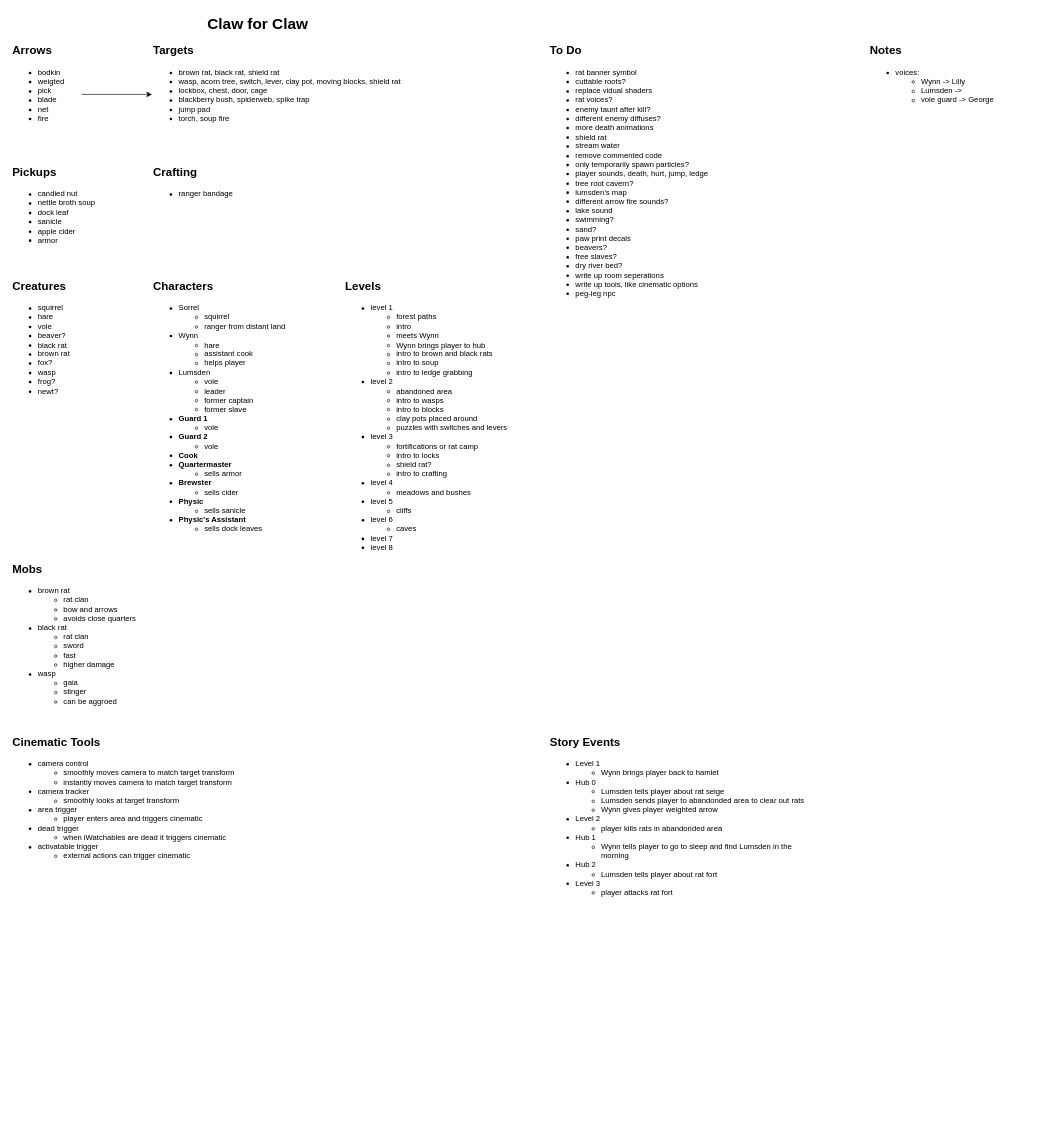
Before: Planning/design-doc.drawio in camerondedore/Godot-Project-3, a draw.io diagram. Source tidied: cells renumbered, new cells numbered last; positions are measured from the earlier drawing's top-left corner, leaving out a move shared by most shapes. Both pictures are drawn from the tidied source at 64%, with x=0, y=0 at pixel (11, 11).
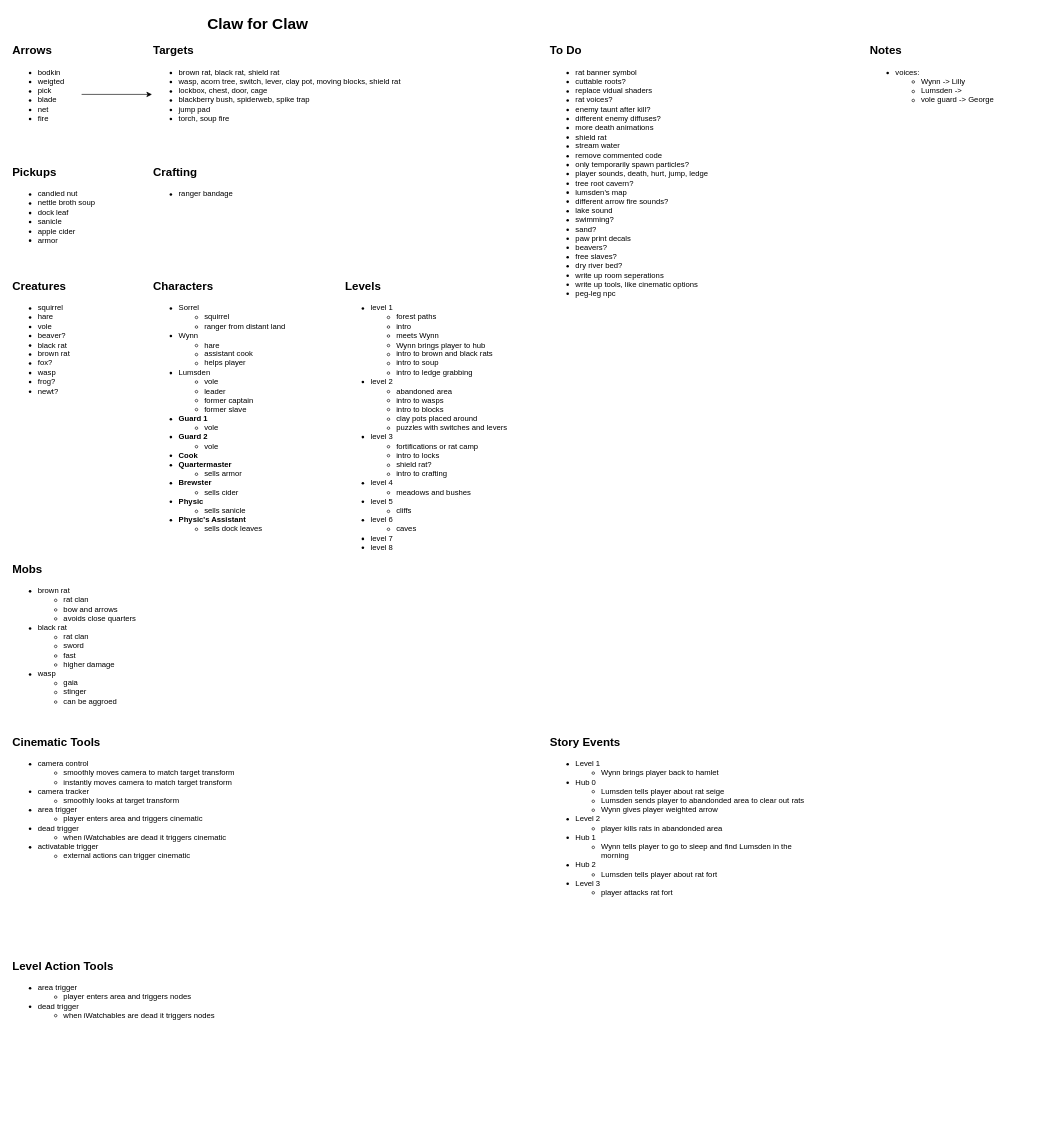
The same page after the edit.

Commit message (it also covers changes not shown here):
working on level3, adding common trigger dead

What changed in the source:
```diff
@@
+    <mxCell id="28" value="&lt;ul&gt;&lt;li&gt;area trigger&lt;/li&gt;&lt;ul&gt;&lt;li&gt;player enters area and triggers nodes&lt;/li&gt;&lt;/ul&gt;&lt;li&gt;dead trigger&lt;/li&gt;&lt;ul&gt;&lt;li&gt;when iWatchables are dead it triggers nodes&lt;/li&gt;&lt;/ul&gt;&lt;/ul&gt;" style="text;html=1;align=left;verticalAlign=top;whiteSpace=wrap;rounded=0;" parent="1" vertex="1">
+      <mxGeometry y="1500" width="370" height="220" as="geometry" />
+    </mxCell>
+    <mxCell id="29" value="&lt;font style=&quot;font-size: 18px;&quot;&gt;Level Action Tools&lt;/font&gt;" style="text;strokeColor=none;fillColor=none;html=1;fontSize=24;fontStyle=1;verticalAlign=middle;align=left;" parent="1" vertex="1">
+      <mxGeometry y="1470" width="100" height="40" as="geometry" />
+    </mxCell>
```
